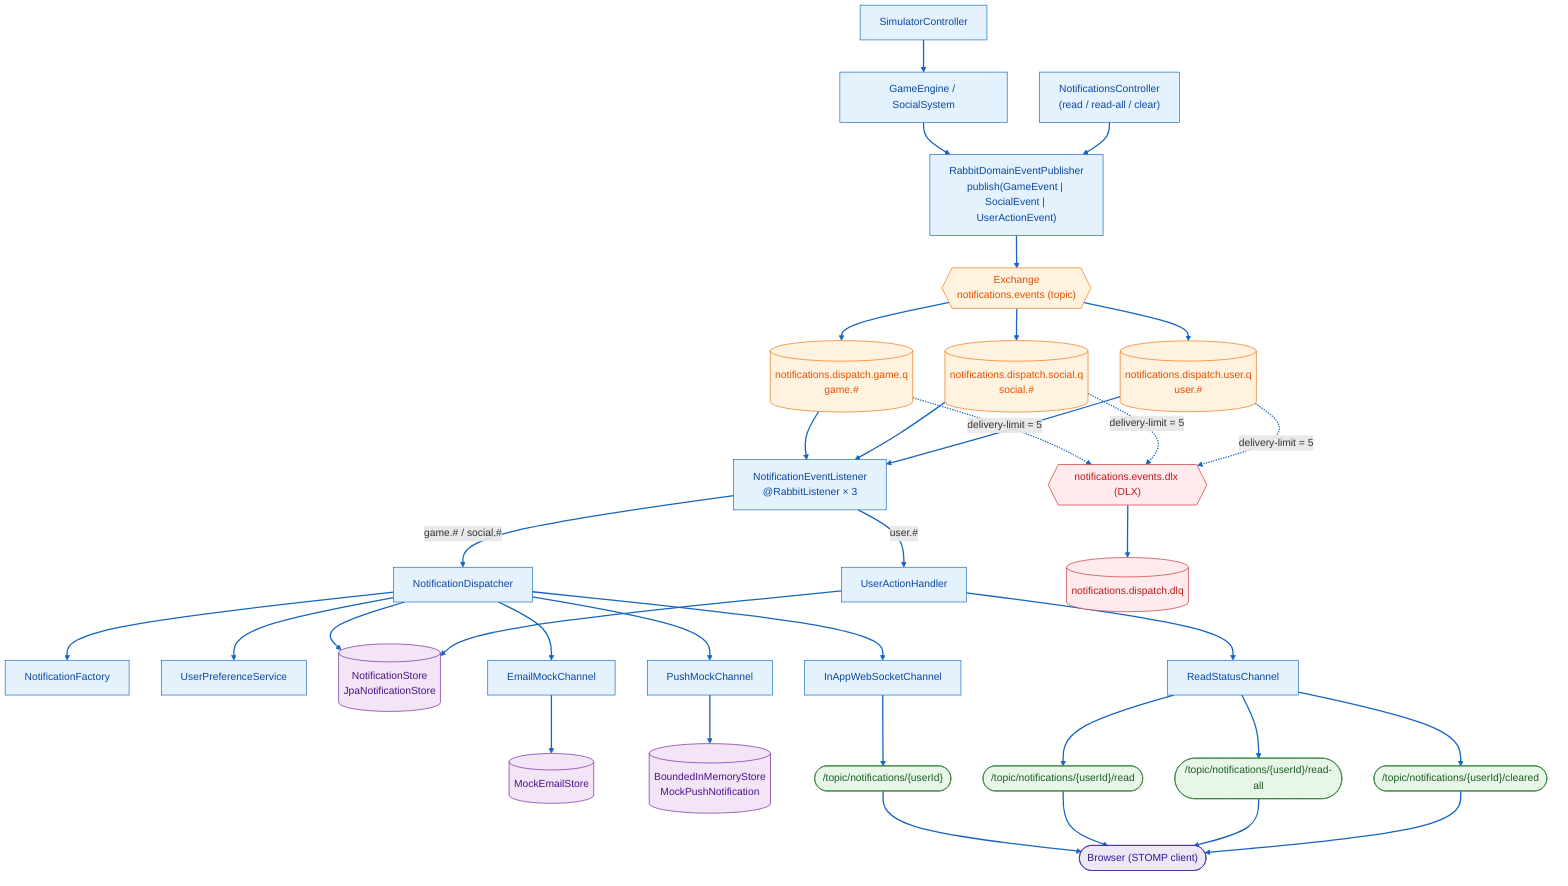
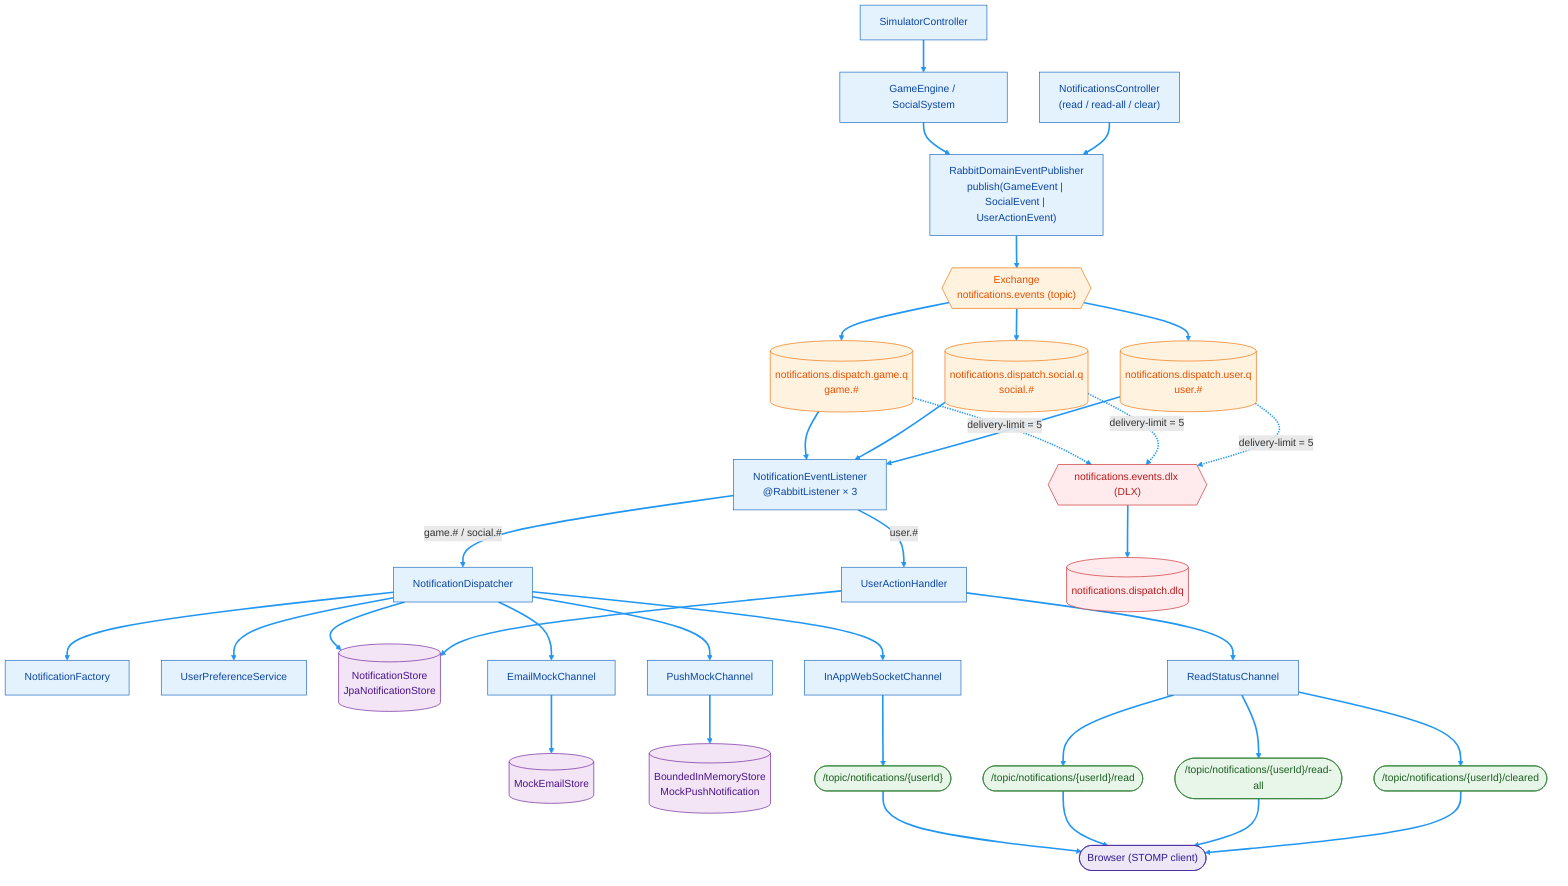
flowchart TD
    SC["SimulatorController"]
    GE["GameEngine / SocialSystem"]
    API["NotificationsController<br/>(read / read-all / clear)"]
    PUB["RabbitDomainEventPublisher<br/>publish(GameEvent | SocialEvent | UserActionEvent)"]
    EX{{"Exchange<br/>notifications.events (topic)"}}
    QG[("notifications.dispatch.game.q<br/>game.#")]
    QS[("notifications.dispatch.social.q<br/>social.#")]
    QU[("notifications.dispatch.user.q<br/>user.#")]
    LIS["NotificationEventListener<br/>@RabbitListener × 3"]
    DISP["NotificationDispatcher"]
    UAH["UserActionHandler"]
    FAC["NotificationFactory"]
    PREF["UserPreferenceService"]
    STORE[("NotificationStore<br/>JpaNotificationStore")]
    WS["InAppWebSocketChannel"]
    EMC["EmailMockChannel"]
    PMC["PushMockChannel"]
    RSC["ReadStatusChannel"]
    EMSTORE[("MockEmailStore")]
    PMSTORE[("BoundedInMemoryStore<br/>MockPushNotification")]
    T1(["/topic/notifications/{userId}"])
    T2(["/topic/notifications/{userId}/read"])
    T3(["/topic/notifications/{userId}/read-all"])
    T4(["/topic/notifications/{userId}/cleared"])
    DLX{{"notifications.events.dlx (DLX)"}}
    DLQ[("notifications.dispatch.dlq")]
    CLIENT(["Browser (STOMP client)"])

    SC --> GE
    GE --> PUB
    API --> PUB
    PUB --> EX
    EX --> QG
    EX --> QS
    EX --> QU

    QG --> LIS
    QS --> LIS
    QU --> LIS

    LIS -- "game.# / social.#" --> DISP
    LIS -- "user.#" --> UAH

    DISP --> FAC
    DISP --> PREF
    DISP --> STORE
    DISP --> WS
    DISP --> EMC
    DISP --> PMC

    EMC --> EMSTORE
    PMC --> PMSTORE

    UAH --> STORE
    UAH --> RSC

    WS --> T1
    RSC --> T2
    RSC --> T3
    RSC --> T4

    T1 --> CLIENT
    T2 --> CLIENT
    T3 --> CLIENT
    T4 --> CLIENT

    QG -. "delivery-limit = 5" .-> DLX
    QS -. "delivery-limit = 5" .-> DLX
    QU -. "delivery-limit = 5" .-> DLX
    DLX --> DLQ

    classDef svc fill:#e3f2fd,stroke:#1565c0,color:#0d47a1;
    classDef infra fill:#fff3e0,stroke:#ef6c00,color:#e65100;
    classDef store fill:#f3e5f5,stroke:#6a1b9a,color:#4a148c;
    classDef topic fill:#e8f5e9,stroke:#2e7d32,color:#1b5e20;
    classDef client fill:#ede7f6,stroke:#4527a0,color:#311b92;
    classDef fail fill:#ffebee,stroke:#c62828,color:#b71c1c;

    class SC,GE,API,PUB,LIS,DISP,UAH,FAC,PREF,WS,EMC,PMC,RSC svc;
    class EX,QG,QS,QU infra;
    class STORE,EMSTORE,PMSTORE store;
    class T1,T2,T3,T4 topic;
    class CLIENT client;
    class DLX,DLQ fail;

-     linkStyle default stroke:#1565c0,stroke-width:2px;
+     linkStyle default stroke:#2196f3,stroke-width:2.5px;
